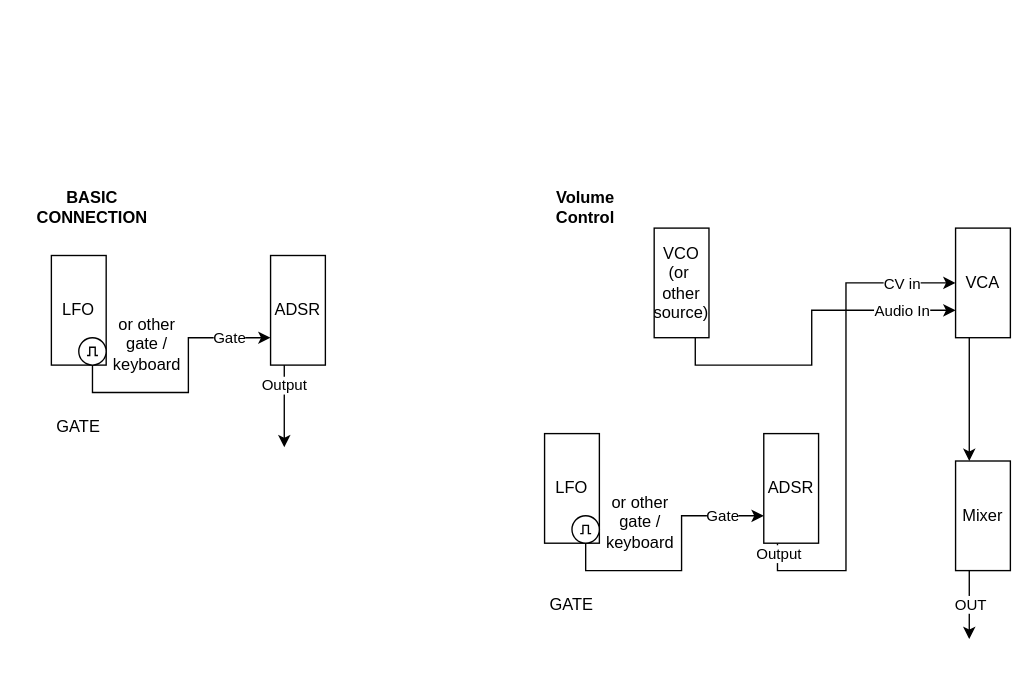
SEM-Mozarteum/sem-meko keeps this draw.io diagram as 05-Analog-Synthesis/03-ADSR/ADSR.drawio. Above is the earlier version. Source tidied: cells renumbered, new cells numbered last; positions are measured from the earlier drawing's top-left corner, leaving out a move shared by most shapes. Both pictures are drawn from the tidied source at 137%, with x=0, y=0 at pixel (37, 186).
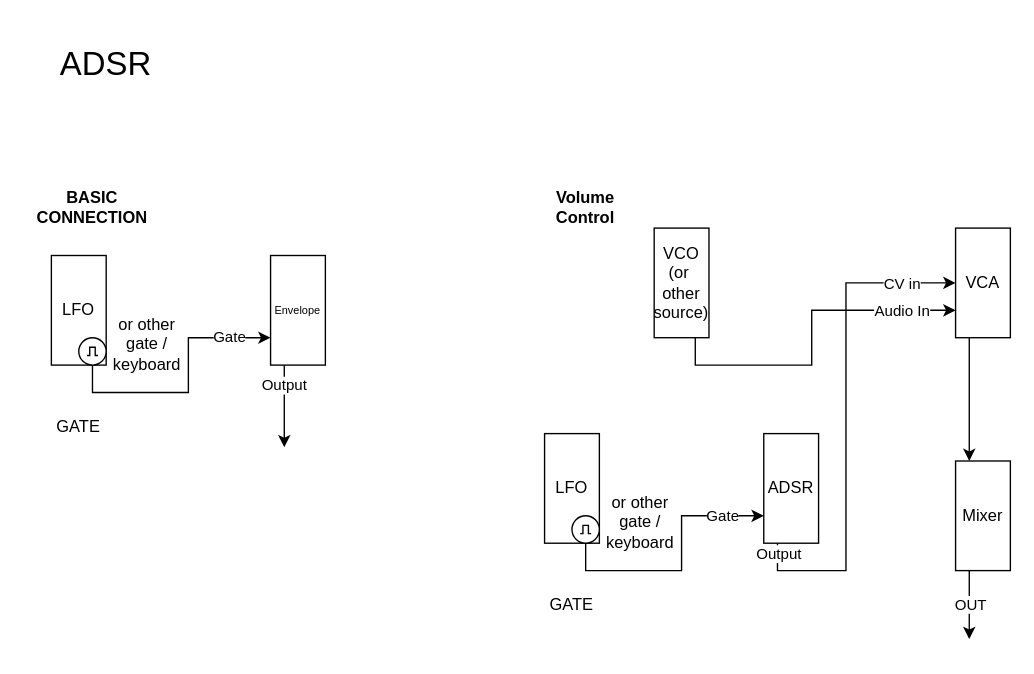
The same page after the edit.

The edit, as a diff of the source:
```diff
@@
-    <mxCell id="8" value="ADSR" style="rounded=0;whiteSpace=wrap;html=1;direction=south;" parent="1" vertex="1">
+    <mxCell id="8" value="Envelope" style="rounded=0;whiteSpace=wrap;html=1;direction=south;fontSize=8;" parent="1" vertex="1">
       <mxGeometry x="170" y="50" width="40" height="80" as="geometry" />
     </mxCell>
@@
+    <mxCell id="31" value="ADSR" style="text;html=1;whiteSpace=wrap;strokeColor=none;fillColor=none;align=center;verticalAlign=middle;rounded=0;fontSize=24;" parent="1" vertex="1">
+      <mxGeometry x="-10" y="-119" width="120" height="60" as="geometry" />
+    </mxCell>
```
